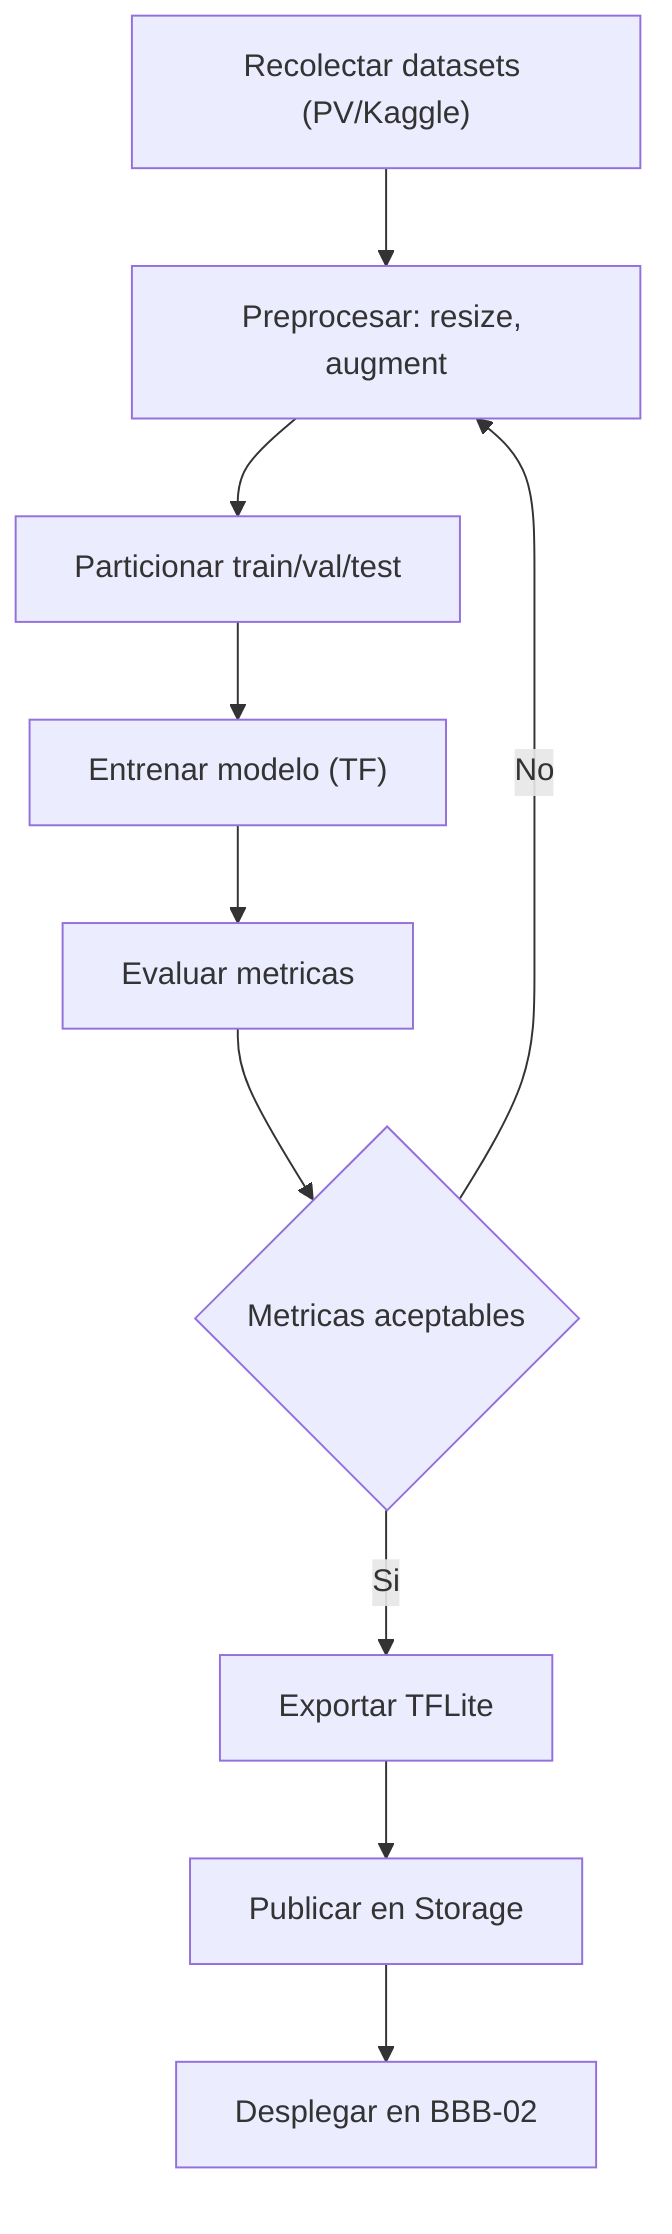
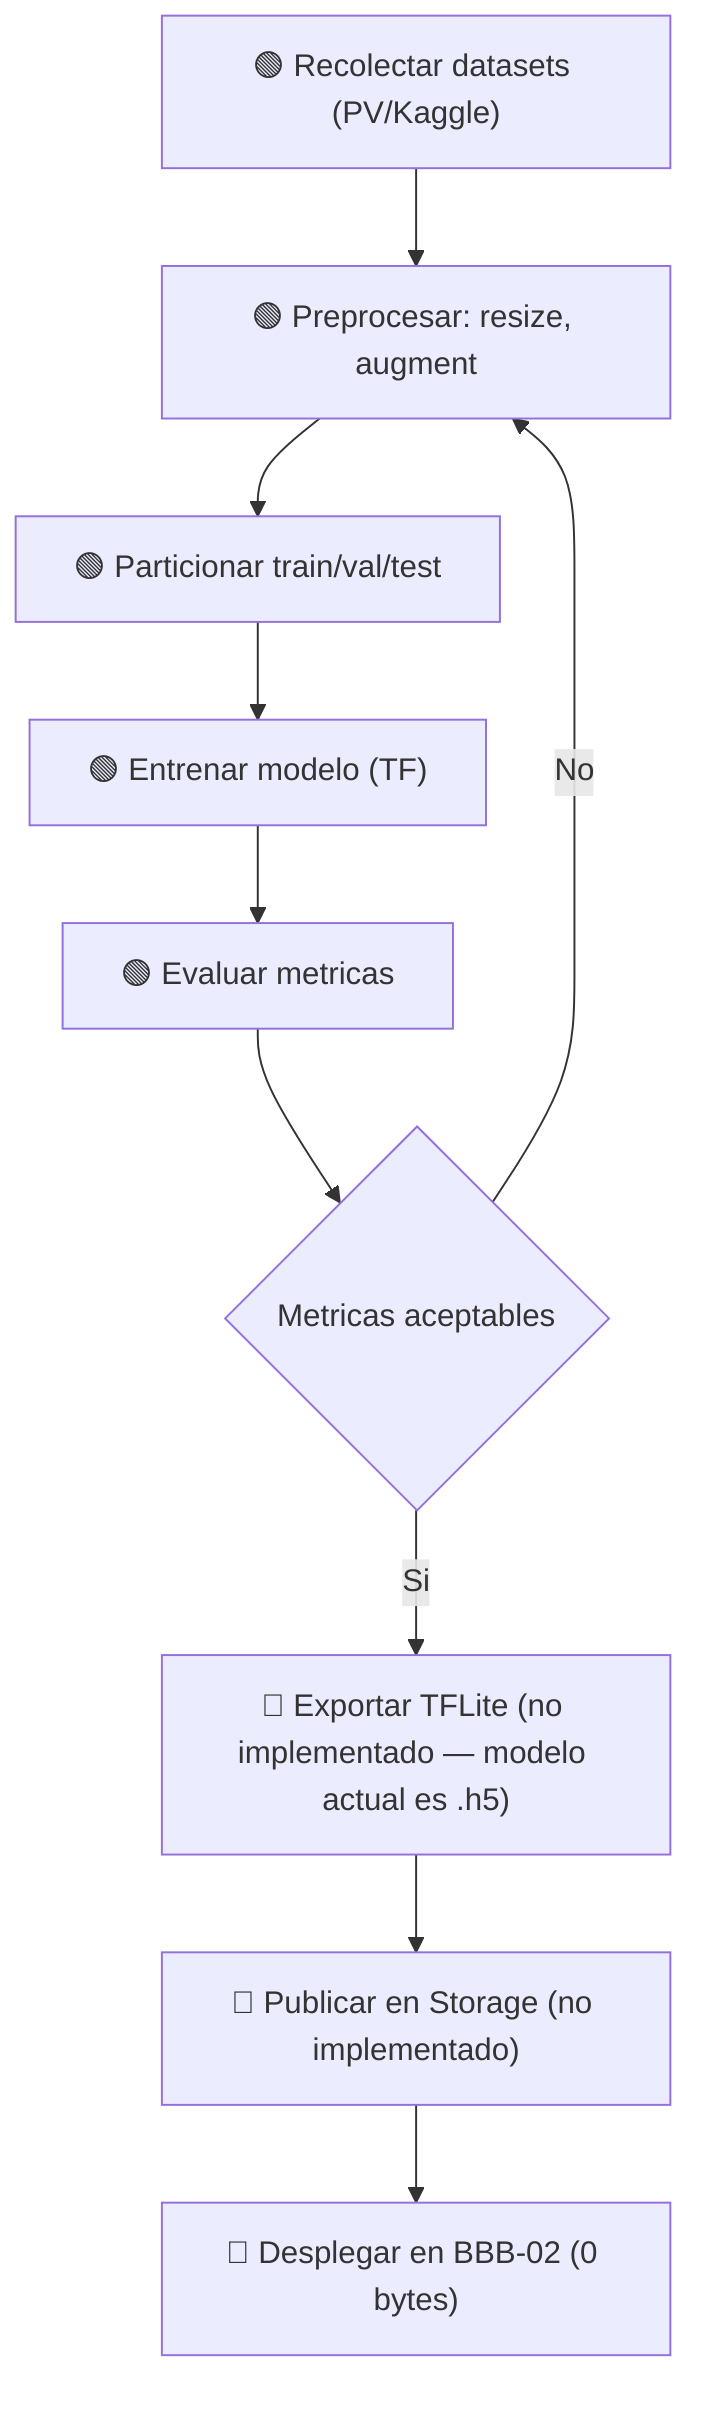
+ %% Convención: 🟢 Implementado · 🔷 Objetivo, no implementado
+ %% Evidencia: el modelo en producción es un .h5 servido por FastAPI (binario
+ %% enferma/sana); no hay artefacto .tflite versionado ni despliegue a BBB-02
+ %% (0 bytes en src/embedded/bbb_02_ia_edge/). Verificado 20-jul-2026.
+ 
flowchart TD
-   A["Recolectar datasets (PV/Kaggle)"] --> B[Preprocesar: resize, augment]
-   B --> C[Particionar train/val/test]
-   C --> D["Entrenar modelo (TF)"]
-   D --> E[Evaluar metricas]
+   A["🟢 Recolectar datasets (PV/Kaggle)"] --> B["🟢 Preprocesar: resize, augment"]
+   B --> C["🟢 Particionar train/val/test"]
+   C --> D["🟢 Entrenar modelo (TF)"]
+   D --> E["🟢 Evaluar metricas"]
  E --> F{Metricas aceptables}
-   F -->|Si| G[Exportar TFLite]
+   F -->|Si| G["🔷 Exportar TFLite (no implementado — modelo actual es .h5)"]
  F -->|No| B
-   G --> H[Publicar en Storage]
-   H --> I[Desplegar en BBB-02]+   G --> H["🔷 Publicar en Storage (no implementado)"]
+   H --> I["🔷 Desplegar en BBB-02 (0 bytes)"]